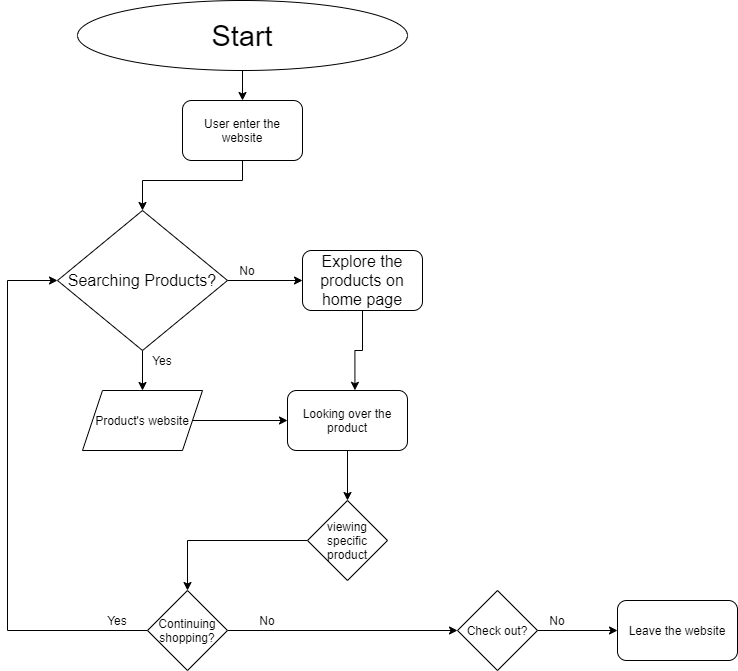
HairforceNiko/fa21-cse110-lab4 keeps this draw.io diagram as explore/diagramming/diagram.drawio.png. Above is the earlier version. Source tidied: cells renumbered, new cells last; positions are measured from the earlier drawing's top-left corner, leaving out a move shared by most shapes. The source it was exported from:
```xml
<mxGraphModel>
  <root>
    <mxCell id="0" />
    <mxCell id="1" parent="0" />
    <mxCell id="2" style="edgeStyle=orthogonalEdgeStyle;rounded=0;jettySize=auto;html=1;entryX=0.5;entryY=0;entryDx=0;entryDy=0;" parent="1" edge="1" source="3" target="8">
      <mxGeometry relative="1" as="geometry" />
    </mxCell>
    <mxCell id="3" value="&lt;span style=&quot;font-size: 29px&quot;&gt;Start&lt;br&gt;&lt;/span&gt;" style="ellipse;whiteSpace=wrap;html=1;" parent="1" vertex="1">
      <mxGeometry x="70" width="330" height="70" as="geometry" />
    </mxCell>
    <mxCell id="4" style="edgeStyle=orthogonalEdgeStyle;rounded=0;jettySize=auto;html=1;entryX=0.5;entryY=0;entryDx=0;entryDy=0;" parent="1" edge="1" source="6">
      <mxGeometry relative="1" as="geometry">
        <mxPoint x="135" y="390" as="targetPoint" />
      </mxGeometry>
    </mxCell>
    <mxCell id="5" style="edgeStyle=orthogonalEdgeStyle;rounded=0;jettySize=auto;html=1;entryX=0;entryY=0.5;entryDx=0;entryDy=0;" parent="1" edge="1" source="6" target="12">
      <mxGeometry relative="1" as="geometry" />
    </mxCell>
    <mxCell id="6" value="&lt;font style=&quot;font-size: 16px&quot;&gt;Searching Products?&lt;/font&gt;" style="rhombus;whiteSpace=wrap;html=1;" parent="1" vertex="1">
      <mxGeometry x="50" y="210" width="170" height="140" as="geometry" />
    </mxCell>
    <mxCell id="7" style="edgeStyle=orthogonalEdgeStyle;rounded=0;jettySize=auto;html=1;" parent="1" edge="1" source="8" target="6">
      <mxGeometry relative="1" as="geometry">
        <Array as="points">
          <mxPoint x="235" y="180" />
          <mxPoint x="135" y="180" />
        </Array>
      </mxGeometry>
    </mxCell>
    <mxCell id="8" value="User enter the website" style="rounded=1;whiteSpace=wrap;html=1;strokeWidth=1;" parent="1" vertex="1">
      <mxGeometry x="175" y="100" width="120" height="60" as="geometry" />
    </mxCell>
    <mxCell id="9" style="edgeStyle=orthogonalEdgeStyle;rounded=0;jettySize=auto;html=1;entryX=0;entryY=0.5;entryDx=0;entryDy=0;" parent="1" edge="1" source="10" target="16">
      <mxGeometry relative="1" as="geometry" />
    </mxCell>
    <mxCell id="10" value="&lt;span&gt;Product's website&lt;/span&gt;" style="shape=parallelogram;perimeter=parallelogramPerimeter;whiteSpace=wrap;html=1;fixedSize=1;strokeWidth=1;" parent="1" vertex="1">
      <mxGeometry x="75" y="390" width="120" height="60" as="geometry" />
    </mxCell>
    <mxCell id="11" style="edgeStyle=orthogonalEdgeStyle;rounded=0;jettySize=auto;html=1;entryX=0.562;entryY=-0.003;entryDx=0;entryDy=0;entryPerimeter=0;" parent="1" edge="1" source="12" target="16">
      <mxGeometry relative="1" as="geometry" />
    </mxCell>
    <mxCell id="12" value="&lt;span style=&quot;font-size: 16px&quot;&gt;Explore the products on home page&lt;/span&gt;" style="rounded=1;whiteSpace=wrap;html=1;strokeWidth=1;" parent="1" vertex="1">
      <mxGeometry x="295" y="250" width="120" height="60" as="geometry" />
    </mxCell>
    <mxCell id="13" value="No" style="text;html=1;strokeColor=none;fillColor=none;align=center;verticalAlign=middle;whiteSpace=wrap;rounded=0;" parent="1" vertex="1">
      <mxGeometry x="220" y="260" width="40" height="20" as="geometry" />
    </mxCell>
    <mxCell id="14" value="Yes&lt;br&gt;" style="text;html=1;strokeColor=none;fillColor=none;align=center;verticalAlign=middle;whiteSpace=wrap;rounded=0;" parent="1" vertex="1">
      <mxGeometry x="135" y="350" width="40" height="20" as="geometry" />
    </mxCell>
    <mxCell id="15" style="edgeStyle=orthogonalEdgeStyle;rounded=0;jettySize=auto;html=1;entryX=0.5;entryY=0;entryDx=0;entryDy=0;" parent="1" edge="1" source="16" target="18">
      <mxGeometry relative="1" as="geometry" />
    </mxCell>
    <mxCell id="16" value="Looking over the product" style="rounded=1;whiteSpace=wrap;html=1;strokeWidth=1;" parent="1" vertex="1">
      <mxGeometry x="280" y="390" width="120" height="60" as="geometry" />
    </mxCell>
    <mxCell id="17" style="edgeStyle=orthogonalEdgeStyle;rounded=0;jettySize=auto;html=1;entryX=0.5;entryY=0;entryDx=0;entryDy=0;" parent="1" edge="1" source="18" target="21">
      <mxGeometry relative="1" as="geometry" />
    </mxCell>
    <mxCell id="18" value="viewing specific product" style="rhombus;whiteSpace=wrap;html=1;strokeWidth=1;" parent="1" vertex="1">
      <mxGeometry x="300" y="500" width="80" height="80" as="geometry" />
    </mxCell>
    <mxCell id="19" style="edgeStyle=orthogonalEdgeStyle;rounded=0;jettySize=auto;html=1;entryX=0;entryY=0.5;entryDx=0;entryDy=0;" parent="1" edge="1" source="21" target="6">
      <mxGeometry relative="1" as="geometry">
        <Array as="points">
          <mxPoint y="630" />
          <mxPoint y="280" />
        </Array>
      </mxGeometry>
    </mxCell>
    <mxCell id="20" style="edgeStyle=orthogonalEdgeStyle;rounded=0;jettySize=auto;html=1;entryX=0;entryY=0.5;entryDx=0;entryDy=0;" parent="1" edge="1" source="21" target="25">
      <mxGeometry relative="1" as="geometry" />
    </mxCell>
    <mxCell id="21" value="Continuing shopping?" style="rhombus;whiteSpace=wrap;html=1;strokeWidth=1;" parent="1" vertex="1">
      <mxGeometry x="140" y="590" width="80" height="80" as="geometry" />
    </mxCell>
    <mxCell id="22" value="Yes" style="text;html=1;strokeColor=none;fillColor=none;align=center;verticalAlign=middle;whiteSpace=wrap;rounded=0;" parent="1" vertex="1">
      <mxGeometry x="90" y="610" width="40" height="20" as="geometry" />
    </mxCell>
    <mxCell id="23" value="No" style="text;html=1;strokeColor=none;fillColor=none;align=center;verticalAlign=middle;whiteSpace=wrap;rounded=0;" parent="1" vertex="1">
      <mxGeometry x="240" y="610" width="40" height="20" as="geometry" />
    </mxCell>
    <mxCell id="24" style="edgeStyle=orthogonalEdgeStyle;rounded=0;jettySize=auto;html=1;entryX=0;entryY=0.5;entryDx=0;entryDy=0;" parent="1" edge="1" source="25" target="26">
      <mxGeometry relative="1" as="geometry" />
    </mxCell>
    <mxCell id="25" value="Check out?" style="rhombus;whiteSpace=wrap;html=1;strokeWidth=1;" parent="1" vertex="1">
      <mxGeometry x="450" y="590" width="80" height="80" as="geometry" />
    </mxCell>
    <mxCell id="26" value="Leave the website" style="rounded=1;whiteSpace=wrap;html=1;strokeWidth=1;" parent="1" vertex="1">
      <mxGeometry x="610" y="600" width="120" height="60" as="geometry" />
    </mxCell>
    <mxCell id="27" value="No" style="text;html=1;strokeColor=none;fillColor=none;align=center;verticalAlign=middle;whiteSpace=wrap;rounded=0;" parent="1" vertex="1">
      <mxGeometry x="530" y="610" width="40" height="20" as="geometry" />
    </mxCell>
  </root>
</mxGraphModel>
```
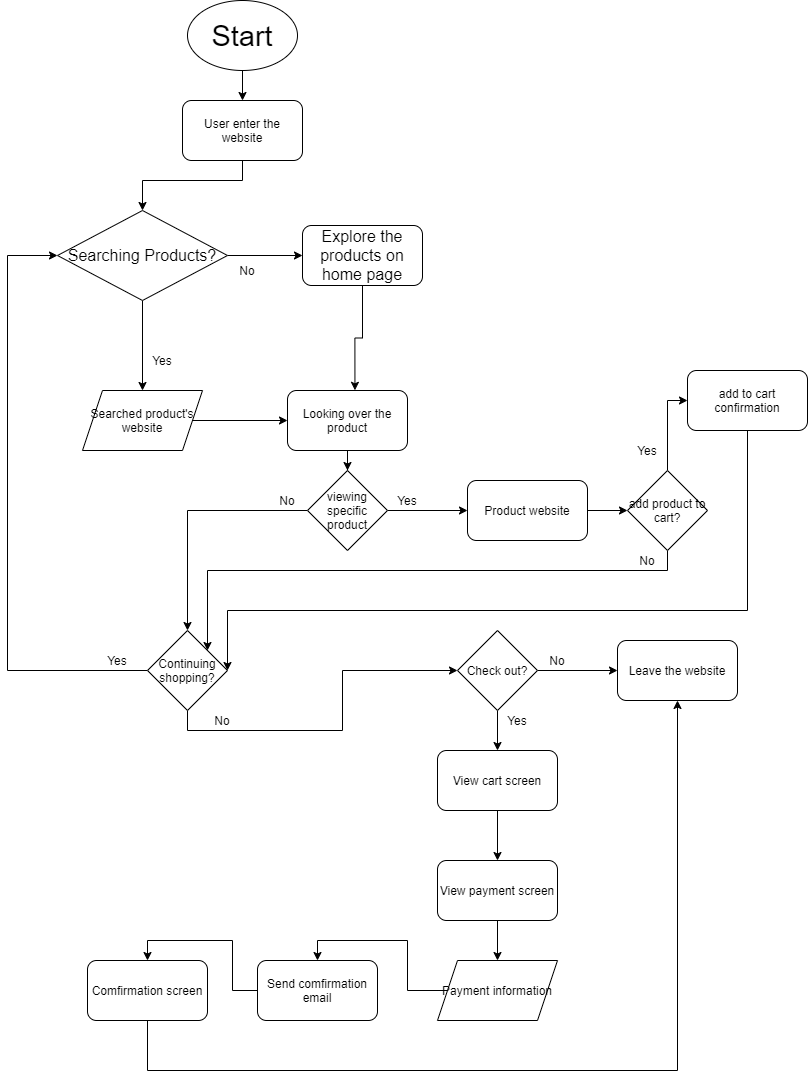
The same diagram one commit later.

What changed in the source:
```diff
@@ -6,7 +6,7 @@
       <mxGeometry relative="1" as="geometry" />
     </mxCell>
     <mxCell id="3" value="&lt;span style=&quot;font-size: 29px&quot;&gt;Start&lt;br&gt;&lt;/span&gt;" style="ellipse;whiteSpace=wrap;html=1;" parent="1" vertex="1">
-      <mxGeometry x="70" width="330" height="70" as="geometry" />
+      <mxGeometry x="180" width="110" height="70" as="geometry" />
     </mxCell>
     <mxCell id="4" style="edgeStyle=orthogonalEdgeStyle;rounded=0;jettySize=auto;html=1;entryX=0.5;entryY=0;entryDx=0;entryDy=0;" parent="1" edge="1" source="6">
       <mxGeometry relative="1" as="geometry">
@@ -17,7 +17,7 @@
       <mxGeometry relative="1" as="geometry" />
     </mxCell>
     <mxCell id="6" value="&lt;font style=&quot;font-size: 16px&quot;&gt;Searching Products?&lt;/font&gt;" style="rhombus;whiteSpace=wrap;html=1;" parent="1" vertex="1">
-      <mxGeometry x="50" y="210" width="170" height="140" as="geometry" />
+      <mxGeometry x="50" y="210" width="170" height="90" as="geometry" />
     </mxCell>
     <mxCell id="7" style="edgeStyle=orthogonalEdgeStyle;rounded=0;jettySize=auto;html=1;" parent="1" edge="1" source="8" target="6">
       <mxGeometry relative="1" as="geometry">
@@ -33,14 +33,14 @@
     <mxCell id="9" style="edgeStyle=orthogonalEdgeStyle;rounded=0;jettySize=auto;html=1;entryX=0;entryY=0.5;entryDx=0;entryDy=0;" parent="1" edge="1" source="10" target="16">
       <mxGeometry relative="1" as="geometry" />
     </mxCell>
-    <mxCell id="10" value="&lt;span&gt;Product's website&lt;/span&gt;" style="shape=parallelogram;perimeter=parallelogramPerimeter;whiteSpace=wrap;html=1;fixedSize=1;strokeWidth=1;" parent="1" vertex="1">
+    <mxCell id="10" value="&lt;span&gt;Searched product's website&lt;/span&gt;" style="shape=parallelogram;perimeter=parallelogramPerimeter;whiteSpace=wrap;html=1;fixedSize=1;strokeWidth=1;" parent="1" vertex="1">
       <mxGeometry x="75" y="390" width="120" height="60" as="geometry" />
     </mxCell>
     <mxCell id="11" style="edgeStyle=orthogonalEdgeStyle;rounded=0;jettySize=auto;html=1;entryX=0.562;entryY=-0.003;entryDx=0;entryDy=0;entryPerimeter=0;" parent="1" edge="1" source="12" target="16">
       <mxGeometry relative="1" as="geometry" />
     </mxCell>
     <mxCell id="12" value="&lt;span style=&quot;font-size: 16px&quot;&gt;Explore the products on home page&lt;/span&gt;" style="rounded=1;whiteSpace=wrap;html=1;strokeWidth=1;" parent="1" vertex="1">
-      <mxGeometry x="295" y="250" width="120" height="60" as="geometry" />
+      <mxGeometry x="295" y="225" width="120" height="60" as="geometry" />
     </mxCell>
     <mxCell id="13" value="No" style="text;html=1;strokeColor=none;fillColor=none;align=center;verticalAlign=middle;whiteSpace=wrap;rounded=0;" parent="1" vertex="1">
       <mxGeometry x="220" y="260" width="40" height="20" as="geometry" />
@@ -57,40 +57,133 @@
     <mxCell id="17" style="edgeStyle=orthogonalEdgeStyle;rounded=0;jettySize=auto;html=1;entryX=0.5;entryY=0;entryDx=0;entryDy=0;" parent="1" edge="1" source="18" target="21">
       <mxGeometry relative="1" as="geometry" />
     </mxCell>
+    <mxCell id="28" style="edgeStyle=orthogonalEdgeStyle;rounded=0;jettySize=auto;html=1;entryX=0;entryY=0.5;entryDx=0;entryDy=0;" parent="1" edge="1" source="18" target="43">
+      <mxGeometry relative="1" as="geometry" />
+    </mxCell>
     <mxCell id="18" value="viewing specific product" style="rhombus;whiteSpace=wrap;html=1;strokeWidth=1;" parent="1" vertex="1">
-      <mxGeometry x="300" y="500" width="80" height="80" as="geometry" />
+      <mxGeometry x="300" y="470" width="80" height="80" as="geometry" />
     </mxCell>
-    <mxCell id="19" style="edgeStyle=orthogonalEdgeStyle;rounded=0;jettySize=auto;html=1;entryX=0;entryY=0.5;entryDx=0;entryDy=0;" parent="1" edge="1" source="21" target="6">
+    <mxCell id="19" style="edgeStyle=orthogonalEdgeStyle;rounded=0;jettySize=auto;html=1;entryX=0;entryY=0.5;entryDx=0;entryDy=0;exitX=0;exitY=0.5;exitDx=0;exitDy=0;" parent="1" edge="1" source="21" target="6">
       <mxGeometry relative="1" as="geometry">
         <Array as="points">
-          <mxPoint y="630" />
-          <mxPoint y="280" />
+          <mxPoint y="670" />
+          <mxPoint y="255" />
         </Array>
       </mxGeometry>
     </mxCell>
-    <mxCell id="20" style="edgeStyle=orthogonalEdgeStyle;rounded=0;jettySize=auto;html=1;entryX=0;entryY=0.5;entryDx=0;entryDy=0;" parent="1" edge="1" source="21" target="25">
-      <mxGeometry relative="1" as="geometry" />
+    <mxCell id="20" style="edgeStyle=orthogonalEdgeStyle;rounded=0;jettySize=auto;html=1;entryX=0;entryY=0.5;entryDx=0;entryDy=0;exitX=0.5;exitY=1;exitDx=0;exitDy=0;" parent="1" edge="1" source="21">
+      <mxGeometry relative="1" as="geometry">
+        <mxPoint x="450" y="670" as="targetPoint" />
+      </mxGeometry>
     </mxCell>
     <mxCell id="21" value="Continuing shopping?" style="rhombus;whiteSpace=wrap;html=1;strokeWidth=1;" parent="1" vertex="1">
-      <mxGeometry x="140" y="590" width="80" height="80" as="geometry" />
+      <mxGeometry x="140" y="630" width="80" height="80" as="geometry" />
     </mxCell>
     <mxCell id="22" value="Yes" style="text;html=1;strokeColor=none;fillColor=none;align=center;verticalAlign=middle;whiteSpace=wrap;rounded=0;" parent="1" vertex="1">
-      <mxGeometry x="90" y="610" width="40" height="20" as="geometry" />
+      <mxGeometry x="90" y="650" width="40" height="20" as="geometry" />
     </mxCell>
     <mxCell id="23" value="No" style="text;html=1;strokeColor=none;fillColor=none;align=center;verticalAlign=middle;whiteSpace=wrap;rounded=0;" parent="1" vertex="1">
-      <mxGeometry x="240" y="610" width="40" height="20" as="geometry" />
+      <mxGeometry x="195" y="710" width="40" height="20" as="geometry" />
     </mxCell>
-    <mxCell id="24" style="edgeStyle=orthogonalEdgeStyle;rounded=0;jettySize=auto;html=1;entryX=0;entryY=0.5;entryDx=0;entryDy=0;" parent="1" edge="1" source="25" target="26">
-      <mxGeometry relative="1" as="geometry" />
+    <mxCell id="24" style="edgeStyle=orthogonalEdgeStyle;rounded=0;jettySize=auto;html=1;entryX=0;entryY=0.5;entryDx=0;entryDy=0;" parent="1" edge="1" target="26">
+      <mxGeometry relative="1" as="geometry">
+        <mxPoint x="530" y="670" as="sourcePoint" />
+      </mxGeometry>
     </mxCell>
+    <mxCell id="29" style="edgeStyle=orthogonalEdgeStyle;rounded=0;jettySize=auto;html=1;entryX=0.5;entryY=0;entryDx=0;entryDy=0;" parent="1" edge="1" target="31">
+      <mxGeometry relative="1" as="geometry">
+        <mxPoint x="490" y="710" as="sourcePoint" />
+      </mxGeometry>
+    </mxCell>
     <mxCell id="25" value="Check out?" style="rhombus;whiteSpace=wrap;html=1;strokeWidth=1;" parent="1" vertex="1">
-      <mxGeometry x="450" y="590" width="80" height="80" as="geometry" />
+      <mxGeometry x="450" y="630" width="80" height="80" as="geometry" />
     </mxCell>
     <mxCell id="26" value="Leave the website" style="rounded=1;whiteSpace=wrap;html=1;strokeWidth=1;" parent="1" vertex="1">
-      <mxGeometry x="610" y="600" width="120" height="60" as="geometry" />
+      <mxGeometry x="610" y="640" width="120" height="60" as="geometry" />
     </mxCell>
     <mxCell id="27" value="No" style="text;html=1;strokeColor=none;fillColor=none;align=center;verticalAlign=middle;whiteSpace=wrap;rounded=0;" parent="1" vertex="1">
-      <mxGeometry x="530" y="610" width="40" height="20" as="geometry" />
+      <mxGeometry x="530" y="650" width="40" height="20" as="geometry" />
     </mxCell>
+    <mxCell id="30" style="edgeStyle=orthogonalEdgeStyle;rounded=0;jettySize=auto;html=1;entryX=0.5;entryY=0;entryDx=0;entryDy=0;" parent="1" edge="1" source="31" target="33">
+      <mxGeometry relative="1" as="geometry" />
+    </mxCell>
+    <mxCell id="31" value="View cart screen" style="rounded=1;whiteSpace=wrap;html=1;" parent="1" vertex="1">
+      <mxGeometry x="430" y="750" width="120" height="60" as="geometry" />
+    </mxCell>
+    <mxCell id="32" style="edgeStyle=orthogonalEdgeStyle;rounded=0;jettySize=auto;html=1;entryX=0.5;entryY=0;entryDx=0;entryDy=0;" parent="1" edge="1" source="33" target="35">
+      <mxGeometry relative="1" as="geometry" />
+    </mxCell>
+    <mxCell id="33" value="View payment screen" style="rounded=1;whiteSpace=wrap;html=1;" parent="1" vertex="1">
+      <mxGeometry x="430" y="860" width="120" height="60" as="geometry" />
+    </mxCell>
+    <mxCell id="34" style="edgeStyle=orthogonalEdgeStyle;rounded=0;jettySize=auto;html=1;entryX=0.5;entryY=0;entryDx=0;entryDy=0;" parent="1" edge="1" source="35" target="37">
+      <mxGeometry relative="1" as="geometry" />
+    </mxCell>
+    <mxCell id="35" value="Payment information" style="shape=parallelogram;perimeter=parallelogramPerimeter;whiteSpace=wrap;html=1;fixedSize=1;" parent="1" vertex="1">
+      <mxGeometry x="430" y="960" width="120" height="60" as="geometry" />
+    </mxCell>
+    <mxCell id="36" style="edgeStyle=orthogonalEdgeStyle;rounded=0;jettySize=auto;html=1;entryX=0.5;entryY=0;entryDx=0;entryDy=0;" parent="1" edge="1" source="37" target="39">
+      <mxGeometry relative="1" as="geometry" />
+    </mxCell>
+    <mxCell id="37" value="Send comfirmation email" style="rounded=1;whiteSpace=wrap;html=1;" parent="1" vertex="1">
+      <mxGeometry x="250" y="960" width="120" height="60" as="geometry" />
+    </mxCell>
+    <mxCell id="38" style="edgeStyle=orthogonalEdgeStyle;rounded=0;jettySize=auto;html=1;entryX=0.5;entryY=1;entryDx=0;entryDy=0;" parent="1" edge="1" source="39" target="26">
+      <mxGeometry relative="1" as="geometry">
+        <Array as="points">
+          <mxPoint x="140" y="1070" />
+          <mxPoint x="670" y="1070" />
+        </Array>
+      </mxGeometry>
+    </mxCell>
+    <mxCell id="39" value="Comfirmation screen" style="rounded=1;whiteSpace=wrap;html=1;" parent="1" vertex="1">
+      <mxGeometry x="80" y="960" width="120" height="60" as="geometry" />
+    </mxCell>
+    <mxCell id="40" value="Yes" style="text;html=1;strokeColor=none;fillColor=none;align=center;verticalAlign=middle;whiteSpace=wrap;rounded=0;" parent="1" vertex="1">
+      <mxGeometry x="380" y="490" width="40" height="20" as="geometry" />
+    </mxCell>
+    <mxCell id="41" value="No" style="text;html=1;strokeColor=none;fillColor=none;align=center;verticalAlign=middle;whiteSpace=wrap;rounded=0;" parent="1" vertex="1">
+      <mxGeometry x="260" y="490" width="40" height="20" as="geometry" />
+    </mxCell>
+    <mxCell id="42" style="edgeStyle=orthogonalEdgeStyle;rounded=0;jettySize=auto;html=1;entryX=0;entryY=0.5;entryDx=0;entryDy=0;" parent="1" edge="1" source="43" target="46">
+      <mxGeometry relative="1" as="geometry" />
+    </mxCell>
+    <mxCell id="43" value="Product website" style="rounded=1;whiteSpace=wrap;html=1;" parent="1" vertex="1">
+      <mxGeometry x="460" y="480" width="120" height="60" as="geometry" />
+    </mxCell>
+    <mxCell id="44" style="edgeStyle=orthogonalEdgeStyle;rounded=0;jettySize=auto;html=1;entryX=0;entryY=0.5;entryDx=0;entryDy=0;" parent="1" edge="1" source="46" target="48">
+      <mxGeometry relative="1" as="geometry" />
+    </mxCell>
+    <mxCell id="45" style="edgeStyle=orthogonalEdgeStyle;rounded=0;jettySize=auto;html=1;entryX=1;entryY=0;entryDx=0;entryDy=0;" parent="1" edge="1" source="46" target="21">
+      <mxGeometry relative="1" as="geometry">
+        <Array as="points">
+          <mxPoint x="660" y="570" />
+          <mxPoint x="200" y="570" />
+        </Array>
+      </mxGeometry>
+    </mxCell>
+    <mxCell id="46" value="add product to cart?" style="rhombus;whiteSpace=wrap;html=1;" parent="1" vertex="1">
+      <mxGeometry x="620" y="470" width="80" height="80" as="geometry" />
+    </mxCell>
+    <mxCell id="47" style="edgeStyle=orthogonalEdgeStyle;rounded=0;jettySize=auto;html=1;entryX=1;entryY=0.5;entryDx=0;entryDy=0;" parent="1" edge="1" source="48" target="21">
+      <mxGeometry relative="1" as="geometry">
+        <Array as="points">
+          <mxPoint x="740" y="610" />
+          <mxPoint x="220" y="610" />
+        </Array>
+      </mxGeometry>
+    </mxCell>
+    <mxCell id="48" value="add to cart confirmation" style="rounded=1;whiteSpace=wrap;html=1;" parent="1" vertex="1">
+      <mxGeometry x="680" y="370" width="120" height="60" as="geometry" />
+    </mxCell>
+    <mxCell id="49" value="Yes" style="text;html=1;strokeColor=none;fillColor=none;align=center;verticalAlign=middle;whiteSpace=wrap;rounded=0;" parent="1" vertex="1">
+      <mxGeometry x="620" y="440" width="40" height="20" as="geometry" />
+    </mxCell>
+    <mxCell id="50" value="No" style="text;html=1;strokeColor=none;fillColor=none;align=center;verticalAlign=middle;whiteSpace=wrap;rounded=0;" parent="1" vertex="1">
+      <mxGeometry x="620" y="550" width="40" height="20" as="geometry" />
+    </mxCell>
+    <mxCell id="51" value="Yes" style="text;html=1;strokeColor=none;fillColor=none;align=center;verticalAlign=middle;whiteSpace=wrap;rounded=0;" parent="1" vertex="1">
+      <mxGeometry x="490" y="710" width="40" height="20" as="geometry" />
+    </mxCell>
   </root>
 </mxGraphModel>
```
